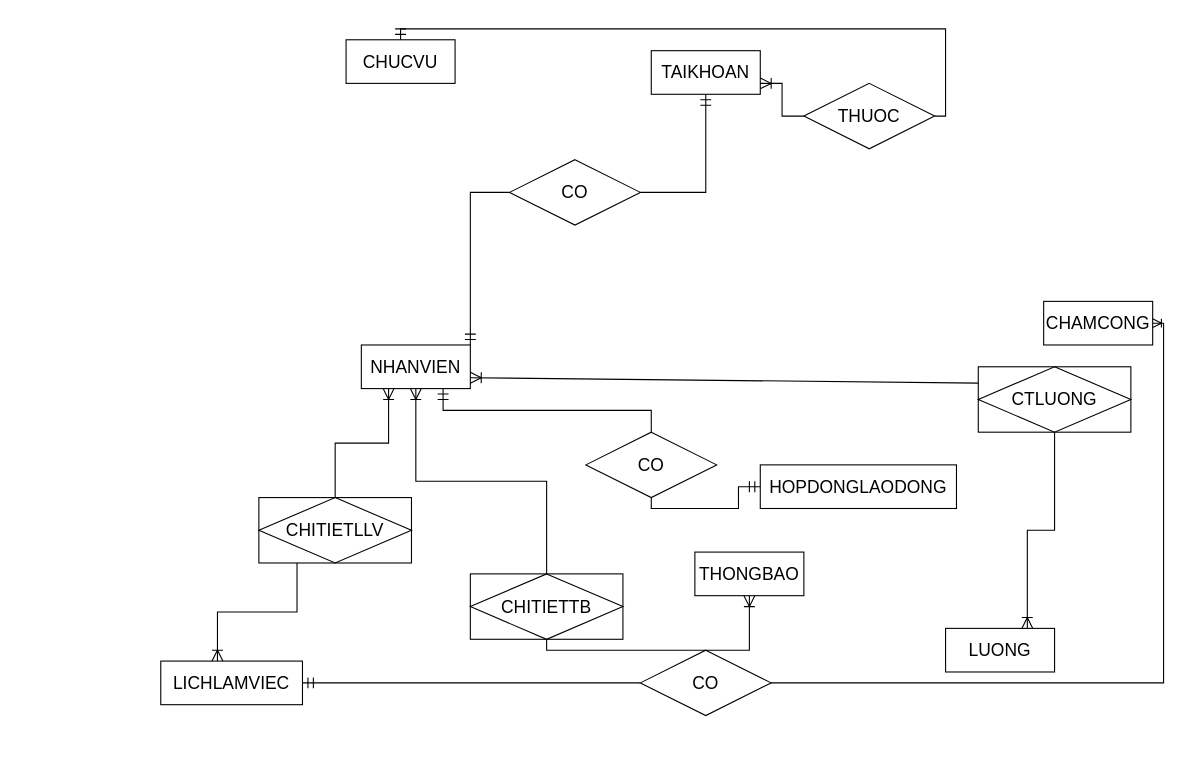
This is page "Trang-3" (3 of 3) of Biểu đồ không có tiêu đề.drawio from VanTruongPTITHCM2002/DoAnJava, a draw.io file, before an edit. Source tidied: cells renumbered, new cells numbered last; positions are measured from the earlier drawing's top-left corner, leaving out a move shared by most shapes. Both pictures are drawn from the tidied source at 109%, with x=0, y=0 at pixel (160, 28).
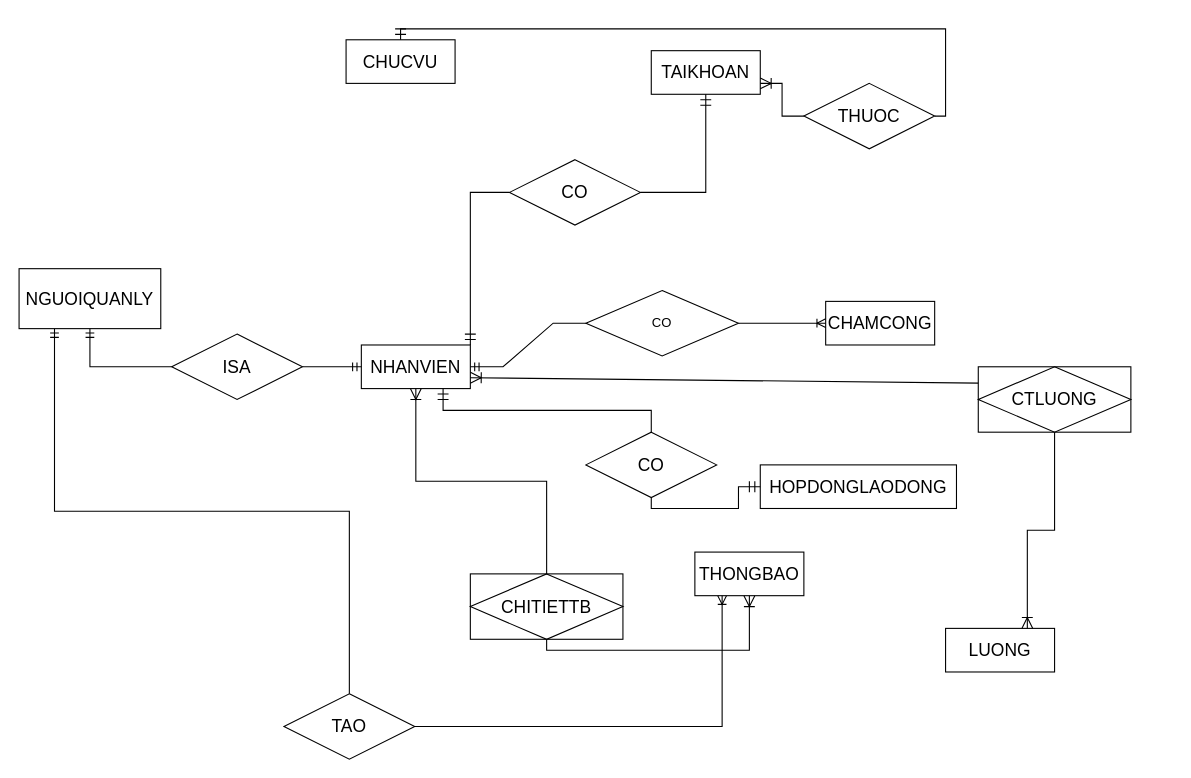
The same page after the edit.

Commit message:
Cập nhật Biểu đồ không có tiêu đề.drawio

The change refers to these unchanged cells:
```xml
<mxCell id="2" value="NHANVIEN" style="whiteSpace=wrap;html=1;align=center;fontSize=16;" parent="1" vertex="1">
  <mxGeometry x="184" y="290" width="100" height="40" as="geometry" />
</mxCell>
<mxCell id="5" value="THONGBAO" style="whiteSpace=wrap;html=1;align=center;fontSize=16;" parent="1" vertex="1">
  <mxGeometry x="490" y="480" width="100" height="40" as="geometry" />
</mxCell>
```

What changed in the source:
```diff
@@
     <mxCell id="8" value="CHAMCONG" style="whiteSpace=wrap;html=1;align=center;fontSize=16;" parent="1" vertex="1">
-      <mxGeometry x="810" y="250" width="100" height="40" as="geometry" />
+      <mxGeometry x="610" y="250" width="100" height="40" as="geometry" />
     </mxCell>
-    <mxCell id="9" value="LICHLAMVIEC" style="whiteSpace=wrap;html=1;align=center;fontSize=16;" parent="1" vertex="1">
-      <mxGeometry y="580" width="130" height="40" as="geometry" />
-    </mxCell>
@@
+    <mxCell id="32" value="&lt;font style=&quot;font-size: 16px;&quot;&gt;NGUOIQUANLY&lt;/font&gt;" style="whiteSpace=wrap;html=1;align=center;" parent="1" vertex="1">
+      <mxGeometry x="-130" y="220" width="130" height="55" as="geometry" />
+    </mxCell>
+    <mxCell id="31" style="fontSize=12;html=1;endArrow=ERoneToMany;rounded=0;exitX=1;exitY=0.5;exitDx=0;exitDy=0;entryX=0;entryY=0.5;entryDx=0;entryDy=0;" parent="1" edge="1" source="26" target="8">
+      <mxGeometry relative="1" as="geometry" />
+    </mxCell>
-    <mxCell id="26" value="CO" style="shape=rhombus;perimeter=rhombusPerimeter;whiteSpace=wrap;html=1;align=center;fontSize=16;" parent="1" vertex="1">
-      <mxGeometry x="440" y="570" width="120" height="60" as="geometry" />
+    <mxCell id="26" value="CO" style="shape=rhombus;perimeter=rhombusPerimeter;whiteSpace=wrap;html=1;align=center;" parent="1" vertex="1">
+      <mxGeometry x="390" y="240" width="140" height="60" as="geometry" />
     </mxCell>
-    <mxCell id="27" style="fontSize=12;html=1;endArrow=ERmandOne;rounded=0;startSize=8;endSize=8;exitX=0;exitY=0.5;exitDx=0;exitDy=0;entryX=1;entryY=0.5;entryDx=0;entryDy=0;" parent="1" edge="1" source="26" target="9">
-      <mxGeometry relative="1" as="geometry" />
-    </mxCell>
-    <mxCell id="28" value="CHITIETLLV" style="shape=associativeEntity;whiteSpace=wrap;html=1;align=center;fontSize=16;" parent="1" vertex="1">
-      <mxGeometry x="90" y="430" width="140" height="60" as="geometry" />
-    </mxCell>
-    <mxCell id="29" style="fontSize=12;html=1;endArrow=ERoneToMany;rounded=0;startSize=8;endSize=8;exitX=0.5;exitY=0;exitDx=0;exitDy=0;entryX=0.25;entryY=1;entryDx=0;entryDy=0;edgeStyle=orthogonalEdgeStyle;" parent="1" edge="1" source="28" target="2">
-      <mxGeometry relative="1" as="geometry" />
-    </mxCell>
-    <mxCell id="30" style="fontSize=12;html=1;endArrow=ERoneToMany;rounded=0;startSize=8;endSize=8;exitX=0.25;exitY=1;exitDx=0;exitDy=0;entryX=0.4;entryY=0;entryDx=0;entryDy=0;entryPerimeter=0;edgeStyle=orthogonalEdgeStyle;" parent="1" edge="1" source="28" target="9">
-      <mxGeometry relative="1" as="geometry" />
-    </mxCell>
-    <mxCell id="31" style="edgeStyle=orthogonalEdgeStyle;fontSize=12;html=1;endArrow=ERoneToMany;rounded=0;exitX=1;exitY=0.5;exitDx=0;exitDy=0;entryX=1;entryY=0.5;entryDx=0;entryDy=0;" parent="1" edge="1" source="26" target="8">
-      <mxGeometry relative="1" as="geometry" />
-    </mxCell>
+    <mxCell id="33" style="edgeStyle=entityRelationEdgeStyle;fontSize=12;html=1;endArrow=ERmandOne;rounded=0;exitX=0;exitY=0.5;exitDx=0;exitDy=0;entryX=1;entryY=0.5;entryDx=0;entryDy=0;" parent="1" edge="1" source="26" target="2">
+      <mxGeometry relative="1" as="geometry" />
+    </mxCell>
+    <mxCell id="34" value="&lt;font style=&quot;font-size: 16px;&quot;&gt;ISA&lt;/font&gt;" style="shape=rhombus;perimeter=rhombusPerimeter;whiteSpace=wrap;html=1;align=center;" parent="1" vertex="1">
+      <mxGeometry x="10" y="280" width="120" height="60" as="geometry" />
+    </mxCell>
+    <mxCell id="35" style="edgeStyle=orthogonalEdgeStyle;fontSize=12;html=1;endArrow=ERmandOne;rounded=0;exitX=0;exitY=0.5;exitDx=0;exitDy=0;entryX=0.5;entryY=1;entryDx=0;entryDy=0;" parent="1" edge="1" source="34" target="32">
+      <mxGeometry relative="1" as="geometry" />
+    </mxCell>
+    <mxCell id="36" style="fontSize=12;html=1;endArrow=ERmandOne;rounded=0;exitX=1;exitY=0.5;exitDx=0;exitDy=0;entryX=0;entryY=0.5;entryDx=0;entryDy=0;" parent="1" edge="1" source="34" target="2">
+      <mxGeometry relative="1" as="geometry" />
+    </mxCell>
+    <mxCell id="37" value="&lt;font style=&quot;font-size: 16px;&quot;&gt;TAO&lt;/font&gt;" style="shape=rhombus;perimeter=rhombusPerimeter;whiteSpace=wrap;html=1;align=center;" parent="1" vertex="1">
+      <mxGeometry x="113" y="610" width="120" height="60" as="geometry" />
+    </mxCell>
+    <mxCell id="38" style="edgeStyle=orthogonalEdgeStyle;fontSize=12;html=1;endArrow=ERmandOne;rounded=0;exitX=0.5;exitY=0;exitDx=0;exitDy=0;entryX=0.25;entryY=1;entryDx=0;entryDy=0;" parent="1" edge="1" source="37" target="32">
+      <mxGeometry relative="1" as="geometry" />
+    </mxCell>
+    <mxCell id="39" style="edgeStyle=orthogonalEdgeStyle;fontSize=12;html=1;endArrow=ERoneToMany;rounded=0;exitX=1;exitY=0.5;exitDx=0;exitDy=0;entryX=0.25;entryY=1;entryDx=0;entryDy=0;" parent="1" edge="1" source="37" target="5">
+      <mxGeometry relative="1" as="geometry" />
+    </mxCell>
```
